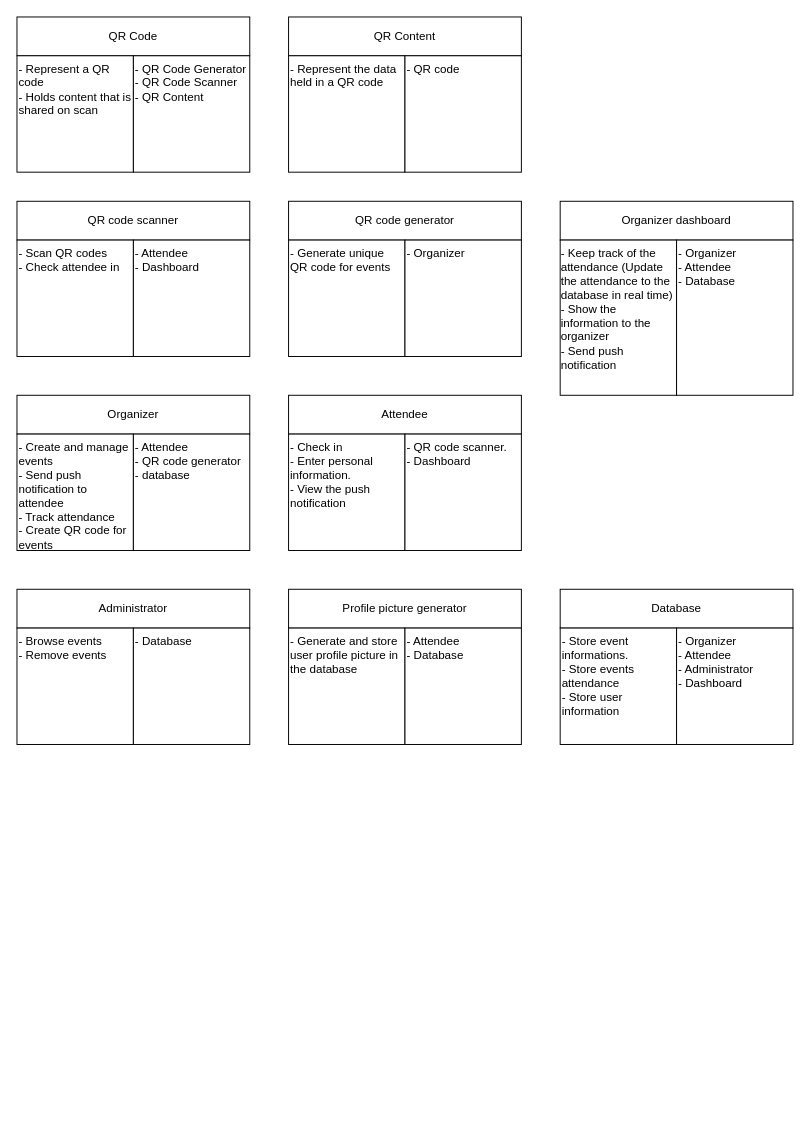
This is CRC.drawio from CMPUT301W24T20/Lins-Second-Strongest-Students, a draw.io file, before an edit. Source tidied: cells renumbered, new cells numbered last; positions are measured from the earlier drawing's top-left corner, leaving out a move shared by most shapes. Both pictures are drawn from the tidied source at 97%, with x=0, y=0 at pixel (16, 16).
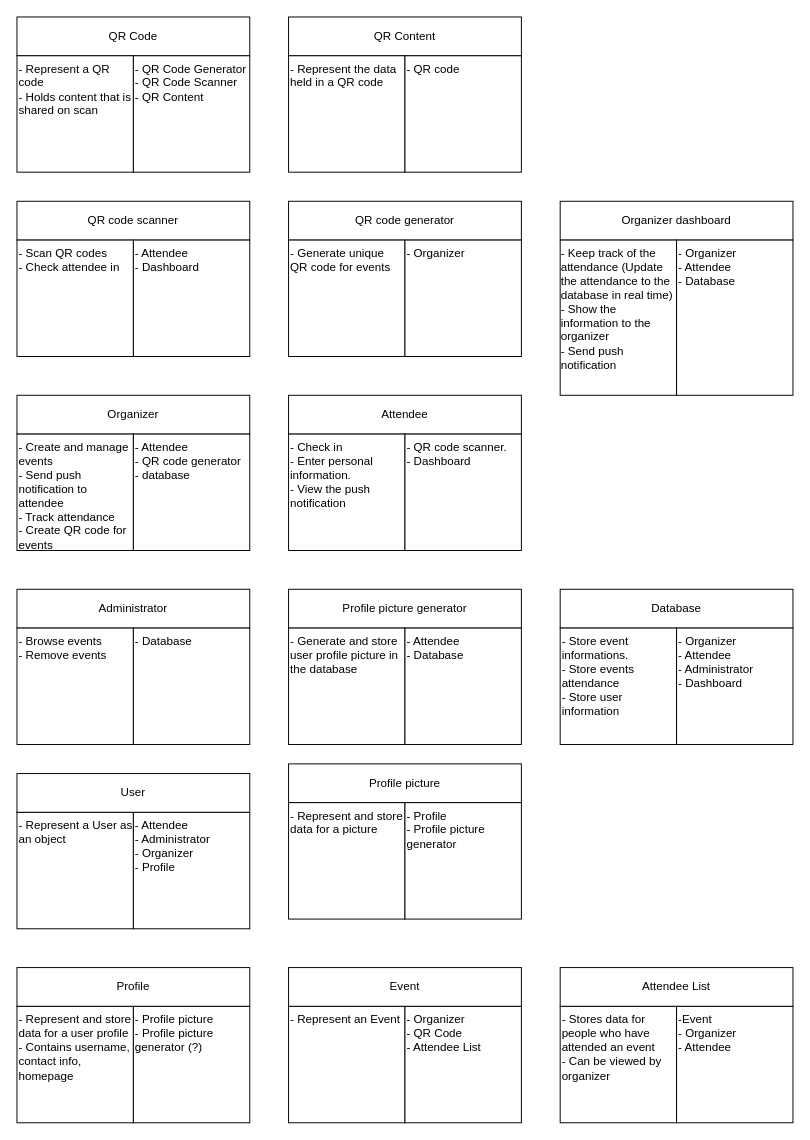
The same page after the edit.

Change to the diagram source:
```diff
@@
+    <mxCell id="42" style="group;" parent="1" vertex="1">
+      <mxGeometry y="780" width="240" height="160" as="geometry" />
+    </mxCell>
+    <mxCell id="43" value="User" style="rounded=0;whiteSpace=wrap;html=1;" parent="42" vertex="1">
+      <mxGeometry width="240" height="40" as="geometry" />
+    </mxCell>
+    <mxCell id="44" value="- Represent a User as an object" style="rounded=0;whiteSpace=wrap;html=1;align=left;verticalAlign=top;" parent="42" vertex="1">
+      <mxGeometry y="40" width="120" height="120" as="geometry" />
+    </mxCell>
+    <mxCell id="45" value="- Attendee&lt;br&gt;- Administrator&lt;br&gt;- Organizer&lt;br&gt;- Profile" style="rounded=0;whiteSpace=wrap;html=1;align=left;verticalAlign=top;" parent="42" vertex="1">
+      <mxGeometry x="120" y="40" width="120" height="120" as="geometry" />
+    </mxCell>
+    <mxCell id="46" style="group;" parent="1" vertex="1">
+      <mxGeometry y="980" width="240" height="160" as="geometry" />
+    </mxCell>
+    <mxCell id="47" value="Profile" style="rounded=0;whiteSpace=wrap;html=1;" parent="46" vertex="1">
+      <mxGeometry width="240" height="40" as="geometry" />
+    </mxCell>
+    <mxCell id="48" value="- Represent and store data for a user profile&lt;br&gt;- Contains username, contact info, homepage" style="rounded=0;whiteSpace=wrap;html=1;align=left;verticalAlign=top;" parent="46" vertex="1">
+      <mxGeometry y="40" width="120" height="120" as="geometry" />
+    </mxCell>
+    <mxCell id="49" value="- Profile picture&lt;br&gt;- Profile picture generator (?)" style="rounded=0;whiteSpace=wrap;html=1;align=left;verticalAlign=top;" parent="46" vertex="1">
+      <mxGeometry x="120" y="40" width="120" height="120" as="geometry" />
+    </mxCell>
+    <mxCell id="50" style="group;" parent="1" vertex="1">
+      <mxGeometry x="280" y="770" width="240" height="160" as="geometry" />
+    </mxCell>
+    <mxCell id="51" value="Profile picture" style="rounded=0;whiteSpace=wrap;html=1;" parent="50" vertex="1">
+      <mxGeometry width="240" height="40" as="geometry" />
+    </mxCell>
+    <mxCell id="52" value="- Represent and store data for a picture" style="rounded=0;whiteSpace=wrap;html=1;align=left;verticalAlign=top;" parent="50" vertex="1">
+      <mxGeometry y="40" width="120" height="120" as="geometry" />
+    </mxCell>
+    <mxCell id="53" value="- Profile&lt;br&gt;- Profile picture generator" style="rounded=0;whiteSpace=wrap;html=1;align=left;verticalAlign=top;" parent="50" vertex="1">
+      <mxGeometry x="120" y="40" width="120" height="120" as="geometry" />
+    </mxCell>
+    <mxCell id="54" style="group;" parent="1" vertex="1">
+      <mxGeometry x="560" y="980" width="240" height="160" as="geometry" />
+    </mxCell>
+    <mxCell id="55" value="Attendee List" style="rounded=0;whiteSpace=wrap;html=1;" parent="54" vertex="1">
+      <mxGeometry width="240" height="40" as="geometry" />
+    </mxCell>
+    <mxCell id="56" value="- Stores data for people who have attended an event&lt;br&gt;- Can be viewed by organizer" style="rounded=0;whiteSpace=wrap;html=1;align=left;verticalAlign=top;" parent="54" vertex="1">
+      <mxGeometry y="40" width="120" height="120" as="geometry" />
+    </mxCell>
+    <mxCell id="57" value="-Event&lt;br&gt;- Organizer&lt;br&gt;- Attendee" style="rounded=0;whiteSpace=wrap;html=1;align=left;verticalAlign=top;" parent="54" vertex="1">
+      <mxGeometry x="120" y="40" width="120" height="120" as="geometry" />
+    </mxCell>
+    <mxCell id="58" style="group;" parent="1" vertex="1">
+      <mxGeometry x="280" y="980" width="240" height="160" as="geometry" />
+    </mxCell>
+    <mxCell id="59" value="Event" style="rounded=0;whiteSpace=wrap;html=1;" parent="58" vertex="1">
+      <mxGeometry width="240" height="40" as="geometry" />
+    </mxCell>
+    <mxCell id="60" value="- Represent an Event&lt;br&gt;" style="rounded=0;whiteSpace=wrap;html=1;align=left;verticalAlign=top;" parent="58" vertex="1">
+      <mxGeometry y="40" width="120" height="120" as="geometry" />
+    </mxCell>
+    <mxCell id="61" value="- Organizer&lt;br&gt;- QR Code&lt;br&gt;- Attendee List" style="rounded=0;whiteSpace=wrap;html=1;align=left;verticalAlign=top;" parent="58" vertex="1">
+      <mxGeometry x="120" y="40" width="120" height="120" as="geometry" />
+    </mxCell>
```
